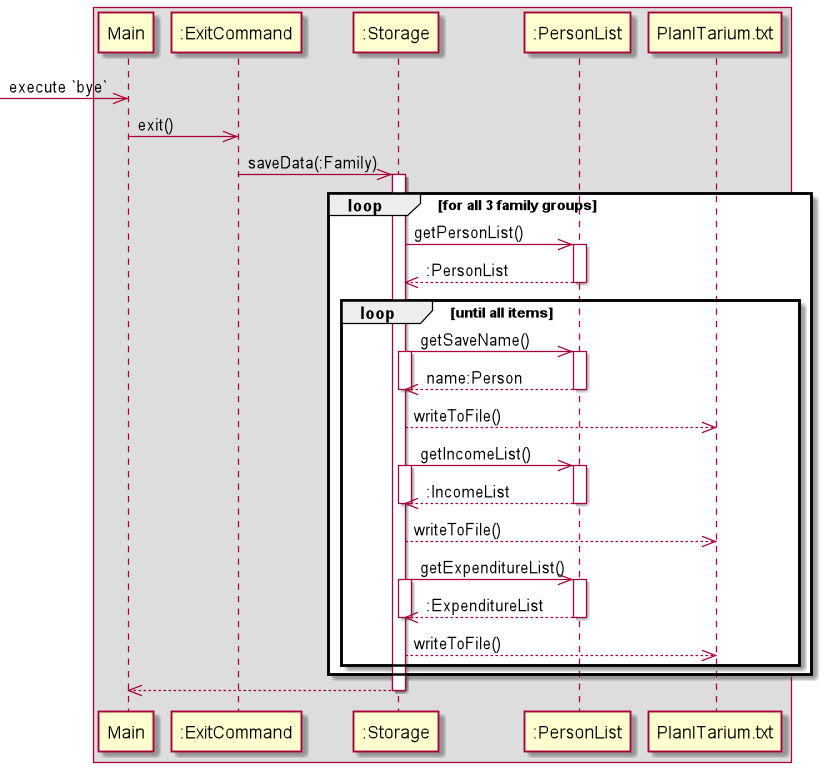
Before: docs/images/StorageSaveSequence.png, a diagram exported from PlantUML (nus-cs2113-AY2122S2/tp). Its source is kept beside it as docs/diagrams/StorageSaveSequence.puml.
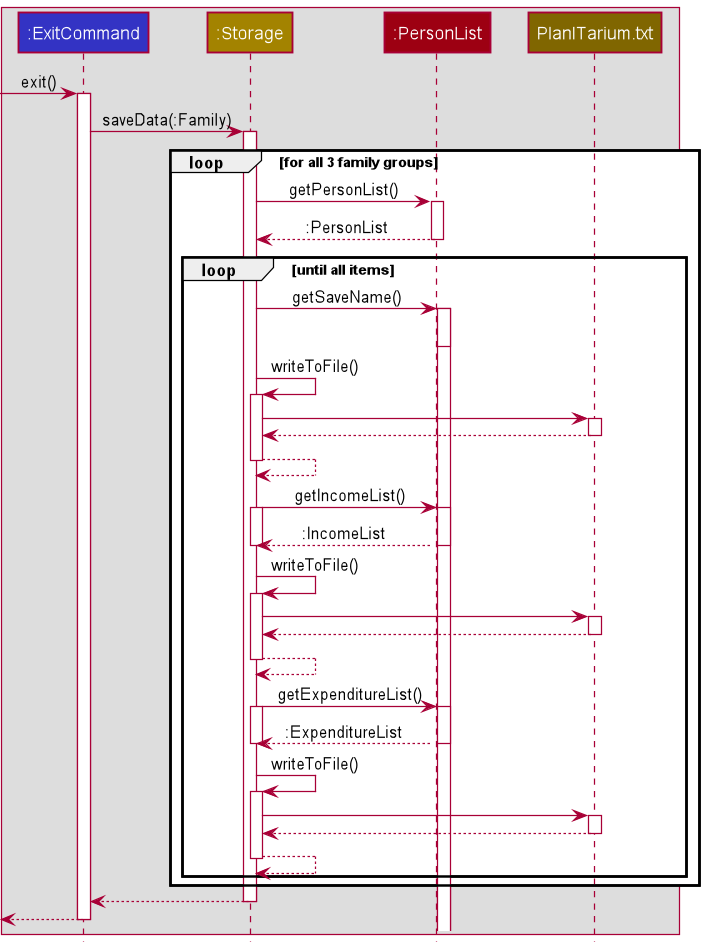
The same file after the commit.

Diff of the diagram source:
```diff
@@ -1,48 +1,68 @@
 @startuml
+!include style.puml
 
 Box
-    participant Main
-    participant ":ExitCommand" as ExitCommand
-    participant ":Storage" as Storage
-    participant ":PersonList" as PersonList
-    participant PlanITarium.txt
+    participant ":ExitCommand" as ExitCommand LOGIC_COLOR
+    participant ":Storage" as Storage STORAGE_COLOR
+    participant ":PersonList" as PersonList MODEL_COLOR
+    participant PlanITarium.txt STORAGE_COLOR_T3
 end box
 
-->> Main: execute `bye`
-Main ->> ExitCommand: exit()
-ExitCommand ->> Storage: saveData(:Family)
+
+-> ExitCommand: exit()
+activate ExitCommand
+ExitCommand -> Storage: saveData(:Family)
 activate Storage
 loop for all 3 family groups
-Storage->>PersonList: getPersonList()
+Storage -> PersonList: getPersonList()
 activate PersonList
-PersonList-->>Storage: :PersonList
+PersonList --> Storage: :PersonList
 deactivate PersonList
     loop until all items
-        Storage->>PersonList: getSaveName()
+        Storage -> PersonList: getSaveName()
+        activate PersonList
+        activate PersonList
+        deactivate PersonList
+        Storage -> Storage: writeToFile()
+        activate Storage
+        Storage -> PlanITarium.txt
+        activate PlanITarium.txt
+        PlanITarium.txt --> Storage
+        deactivate PlanITarium.txt
+        Storage --> Storage
+        deactivate Storage
+        Storage -> PersonList: getIncomeList()
         activate Storage
         activate PersonList
-        PersonList-->>Storage: name:Person
+        PersonList --> Storage: :IncomeList
         deactivate PersonList
         deactivate Storage
-        Storage-->>PlanITarium.txt: writeToFile()
-        Storage->>PersonList: getIncomeList()
+        Storage -> Storage: writeToFile()
+        activate Storage
+        Storage -> PlanITarium.txt
+        activate PlanITarium.txt
+        PlanITarium.txt --> Storage
+        deactivate PlanITarium.txt
+        Storage --> Storage
+        deactivate Storage
+        Storage -> PersonList: getExpenditureList()
         activate Storage
         activate PersonList
-        PersonList-->>Storage: :IncomeList
+        PersonList --> Storage: :ExpenditureList
         deactivate PersonList
         deactivate Storage
-        Storage-->>PlanITarium.txt: writeToFile()
-        Storage->>PersonList: getExpenditureList()
+        Storage -> Storage: writeToFile()
         activate Storage
-        activate PersonList
-        PersonList-->>Storage: :ExpenditureList
-        deactivate PersonList
+        Storage -> PlanITarium.txt
+        activate PlanITarium.txt
+        PlanITarium.txt --> Storage
+        deactivate PlanITarium.txt
+        Storage --> Storage
         deactivate Storage
-        Storage-->>PlanITarium.txt: writeToFile()
     end
 end
-Storage -->> Main
+Storage --> ExitCommand
 deactivate Storage
-
-
+<--ExitCommand
+deactivate ExitCommand
 @enduml
```
